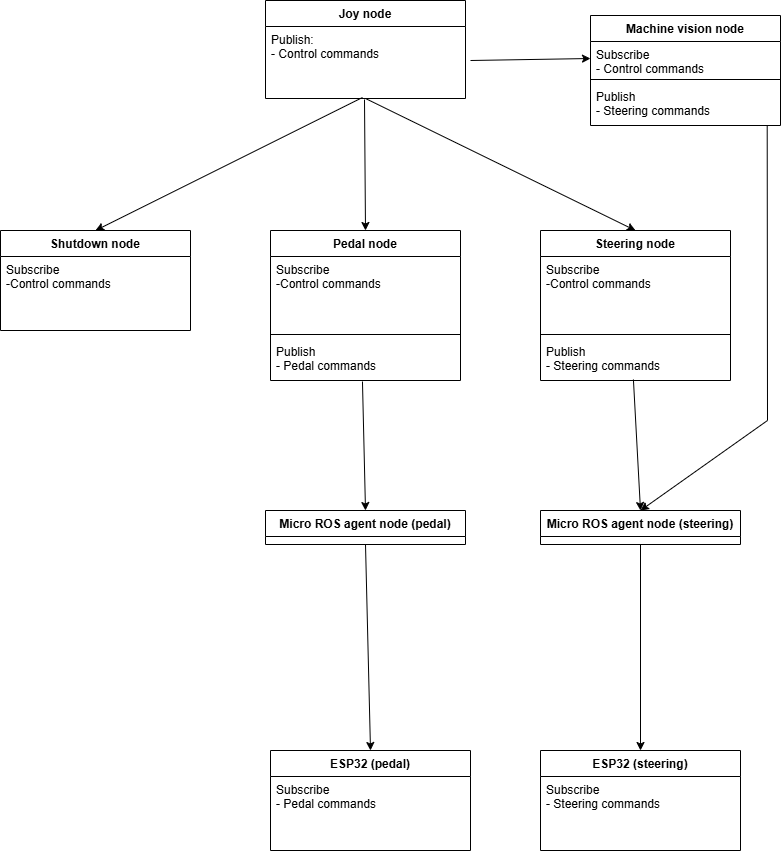
Before: docs/source/images/node_diagram.png, a diagram exported from draw.io (pirhonje/DBWRTD). Source tidied: cells renumbered, new cells last; positions are measured from the earlier drawing's top-left corner, leaving out a move shared by most shapes. Its diagram source:
```xml
<mxGraphModel>
  <root>
    <mxCell id="0" />
    <mxCell id="1" parent="0" />
    <mxCell id="2" value="Joy node" style="swimlane;fontStyle=1;align=center;verticalAlign=top;horizontal=1;startSize=26;whiteSpace=wrap;html=1;" parent="1" vertex="1">
      <mxGeometry x="265" width="200" height="98" as="geometry" />
    </mxCell>
    <mxCell id="3" value="Publish:&lt;div&gt;- Control commands&lt;/div&gt;" style="text;strokeColor=none;fillColor=none;align=left;verticalAlign=top;spacingLeft=4;spacingRight=4;overflow=hidden;points=[[0,0.5],[1,0.5]];portConstraint=eastwest;whiteSpace=wrap;html=1;" parent="2" vertex="1">
      <mxGeometry y="26" width="200" height="72" as="geometry" />
    </mxCell>
    <mxCell id="4" value="Pedal node" style="swimlane;fontStyle=1;align=center;verticalAlign=top;horizontal=1;startSize=26;whiteSpace=wrap;html=1;" parent="1" vertex="1">
      <mxGeometry x="270" y="230" width="190" height="150" as="geometry" />
    </mxCell>
    <mxCell id="5" value="Subscribe&lt;div&gt;-Control commands&lt;/div&gt;" style="text;strokeColor=none;fillColor=none;align=left;verticalAlign=top;spacingLeft=4;spacingRight=4;overflow=hidden;whiteSpace=wrap;html=1;" parent="4" vertex="1">
      <mxGeometry y="26" width="190" height="74" as="geometry" />
    </mxCell>
    <mxCell id="6" style="line;strokeWidth=1;fillColor=none;align=left;verticalAlign=middle;spacingTop=-1;spacingLeft=3;spacingRight=3;labelPosition=right;strokeColor=inherit;" parent="4" vertex="1">
      <mxGeometry y="100" width="190" height="8" as="geometry" />
    </mxCell>
    <mxCell id="7" value="&lt;div&gt;&lt;div&gt;Publish&lt;/div&gt;&lt;div&gt;- Pedal commands&lt;/div&gt;&lt;/div&gt;" style="text;strokeColor=none;fillColor=none;align=left;verticalAlign=top;spacingLeft=4;spacingRight=4;overflow=hidden;points=[[0,0.5],[1,0.5]];portConstraint=eastwest;whiteSpace=wrap;html=1;" parent="4" vertex="1">
      <mxGeometry y="108" width="190" height="42" as="geometry" />
    </mxCell>
    <mxCell id="8" value="Steering node" style="swimlane;fontStyle=1;align=center;verticalAlign=top;horizontal=1;startSize=26;whiteSpace=wrap;html=1;" parent="1" vertex="1">
      <mxGeometry x="540" y="230" width="190" height="150" as="geometry" />
    </mxCell>
    <mxCell id="9" value="Subscribe&lt;div&gt;-Control commands&lt;/div&gt;" style="text;strokeColor=none;fillColor=none;align=left;verticalAlign=top;spacingLeft=4;spacingRight=4;overflow=hidden;whiteSpace=wrap;html=1;" parent="8" vertex="1">
      <mxGeometry y="26" width="190" height="74" as="geometry" />
    </mxCell>
    <mxCell id="10" style="line;strokeWidth=1;fillColor=none;align=left;verticalAlign=middle;spacingTop=-1;spacingLeft=3;spacingRight=3;labelPosition=right;strokeColor=inherit;" parent="8" vertex="1">
      <mxGeometry y="100" width="190" height="8" as="geometry" />
    </mxCell>
    <mxCell id="11" value="&lt;div&gt;&lt;div&gt;Publish&lt;/div&gt;&lt;div&gt;- Steering commands&lt;/div&gt;&lt;/div&gt;" style="text;strokeColor=none;fillColor=none;align=left;verticalAlign=top;spacingLeft=4;spacingRight=4;overflow=hidden;points=[[0,0.5],[1,0.5]];portConstraint=eastwest;whiteSpace=wrap;html=1;" parent="8" vertex="1">
      <mxGeometry y="108" width="190" height="42" as="geometry" />
    </mxCell>
    <mxCell id="12" value="Micro ROS agent node (steering)" style="swimlane;fontStyle=1;align=center;verticalAlign=top;horizontal=1;startSize=26;whiteSpace=wrap;html=1;" parent="1" vertex="1">
      <mxGeometry x="540" y="510" width="200" height="34" as="geometry" />
    </mxCell>
    <mxCell id="13" value="Machine vision node" style="swimlane;fontStyle=1;align=center;verticalAlign=top;horizontal=1;startSize=26;whiteSpace=wrap;html=1;" parent="1" vertex="1">
      <mxGeometry x="590" y="15" width="190" height="110" as="geometry" />
    </mxCell>
    <mxCell id="14" value="&lt;div&gt;Subscribe&lt;/div&gt;&lt;div&gt;- Control commands&lt;/div&gt;" style="text;strokeColor=none;fillColor=none;align=left;verticalAlign=top;spacingLeft=4;spacingRight=4;overflow=hidden;points=[[0,0.5],[1,0.5]];portConstraint=eastwest;whiteSpace=wrap;html=1;" parent="13" vertex="1">
      <mxGeometry y="26" width="190" height="34" as="geometry" />
    </mxCell>
    <mxCell id="15" style="line;strokeWidth=1;fillColor=none;align=left;verticalAlign=middle;spacingTop=-1;spacingLeft=3;spacingRight=3;labelPosition=right;strokeColor=inherit;" parent="13" vertex="1">
      <mxGeometry y="60" width="190" height="8" as="geometry" />
    </mxCell>
    <mxCell id="16" value="&lt;div&gt;Publish&lt;/div&gt;&lt;div&gt;- Steering commands&lt;/div&gt;" style="text;strokeColor=none;fillColor=none;align=left;verticalAlign=top;spacingLeft=4;spacingRight=4;overflow=hidden;points=[[0,0.5],[1,0.5]];portConstraint=eastwest;whiteSpace=wrap;html=1;" parent="13" vertex="1">
      <mxGeometry y="68" width="190" height="42" as="geometry" />
    </mxCell>
    <mxCell id="17" style="endArrow=classic;html=1;rounded=0;entryX=0.5;entryY=0;entryDx=0;entryDy=0;exitX=0.495;exitY=1.014;exitDx=0;exitDy=0;exitPerimeter=0;" parent="1" edge="1" source="3" target="4">
      <mxGeometry relative="1" as="geometry" />
    </mxCell>
    <mxCell id="18" style="endArrow=classic;html=1;rounded=0;exitX=0.5;exitY=1;exitDx=0;exitDy=0;exitPerimeter=0;entryX=0.5;entryY=0;entryDx=0;entryDy=0;" parent="1" edge="1" source="3" target="8">
      <mxGeometry relative="1" as="geometry" />
    </mxCell>
    <mxCell id="19" value="ESP32 (steering)" style="swimlane;fontStyle=1;align=center;verticalAlign=top;horizontal=1;startSize=26;whiteSpace=wrap;html=1;" parent="1" vertex="1">
      <mxGeometry x="540" y="750" width="200" height="100" as="geometry" />
    </mxCell>
    <mxCell id="20" value="Subscribe&lt;div&gt;- Steering commands&lt;/div&gt;" style="text;strokeColor=none;fillColor=none;align=left;verticalAlign=top;spacingLeft=4;spacingRight=4;overflow=hidden;whiteSpace=wrap;html=1;" parent="19" vertex="1">
      <mxGeometry y="26" width="200" height="74" as="geometry" />
    </mxCell>
    <mxCell id="21" style="endArrow=classic;html=1;rounded=0;entryX=0;entryY=0.5;entryDx=0;entryDy=0;" parent="1" edge="1" target="14">
      <mxGeometry relative="1" as="geometry">
        <mxPoint x="470" y="60" as="sourcePoint" />
      </mxGeometry>
    </mxCell>
    <mxCell id="22" value="Shutdown node" style="swimlane;fontStyle=1;align=center;verticalAlign=top;horizontal=1;startSize=26;whiteSpace=wrap;html=1;" parent="1" vertex="1">
      <mxGeometry y="230" width="190" height="100" as="geometry" />
    </mxCell>
    <mxCell id="23" value="Subscribe&lt;div&gt;-Control commands&lt;br&gt;&lt;/div&gt;" style="text;strokeColor=none;fillColor=none;align=left;verticalAlign=top;spacingLeft=4;spacingRight=4;overflow=hidden;whiteSpace=wrap;html=1;" parent="22" vertex="1">
      <mxGeometry y="26" width="190" height="74" as="geometry" />
    </mxCell>
    <mxCell id="24" style="endArrow=classic;html=1;rounded=0;exitX=0.485;exitY=0.986;exitDx=0;exitDy=0;exitPerimeter=0;entryX=0.5;entryY=0;entryDx=0;entryDy=0;" parent="1" edge="1" source="3" target="22">
      <mxGeometry relative="1" as="geometry" />
    </mxCell>
    <mxCell id="25" style="endArrow=classic;html=1;rounded=0;exitX=0.93;exitY=0.992;exitDx=0;exitDy=0;exitPerimeter=0;entryX=0.5;entryY=0;entryDx=0;entryDy=0;" parent="1" edge="1" source="16" target="12">
      <mxGeometry relative="1" as="geometry">
        <Array as="points">
          <mxPoint x="767" y="420" />
        </Array>
      </mxGeometry>
    </mxCell>
    <mxCell id="26" value="Micro ROS agent node (pedal)" style="swimlane;fontStyle=1;align=center;verticalAlign=top;horizontal=1;startSize=26;whiteSpace=wrap;html=1;" parent="1" vertex="1">
      <mxGeometry x="265" y="510" width="200" height="34" as="geometry" />
    </mxCell>
    <mxCell id="27" value="ESP32 (pedal)" style="swimlane;fontStyle=1;align=center;verticalAlign=top;horizontal=1;startSize=26;whiteSpace=wrap;html=1;" parent="1" vertex="1">
      <mxGeometry x="270" y="750" width="200" height="100" as="geometry" />
    </mxCell>
    <mxCell id="28" value="Subscribe&lt;div&gt;- Pedal commands&amp;nbsp;&lt;/div&gt;" style="text;strokeColor=none;fillColor=none;align=left;verticalAlign=top;spacingLeft=4;spacingRight=4;overflow=hidden;whiteSpace=wrap;html=1;" parent="27" vertex="1">
      <mxGeometry y="26" width="200" height="74" as="geometry" />
    </mxCell>
    <mxCell id="29" style="endArrow=classic;html=1;rounded=0;exitX=0.489;exitY=0.976;exitDx=0;exitDy=0;exitPerimeter=0;entryX=0.5;entryY=0;entryDx=0;entryDy=0;" parent="1" edge="1" source="11" target="12">
      <mxGeometry relative="1" as="geometry" />
    </mxCell>
    <mxCell id="30" style="endArrow=classic;html=1;rounded=0;entryX=0.5;entryY=0;entryDx=0;entryDy=0;" parent="1" edge="1" source="12" target="19">
      <mxGeometry relative="1" as="geometry" />
    </mxCell>
    <mxCell id="31" style="endArrow=classic;html=1;rounded=0;exitX=0.484;exitY=1.024;exitDx=0;exitDy=0;exitPerimeter=0;entryX=0.5;entryY=0;entryDx=0;entryDy=0;" parent="1" edge="1" source="7" target="26">
      <mxGeometry relative="1" as="geometry" />
    </mxCell>
    <mxCell id="32" style="endArrow=classic;html=1;rounded=0;exitX=0.5;exitY=1;exitDx=0;exitDy=0;entryX=0.5;entryY=0;entryDx=0;entryDy=0;" parent="1" edge="1" source="26" target="27">
      <mxGeometry relative="1" as="geometry" />
    </mxCell>
  </root>
</mxGraphModel>
```
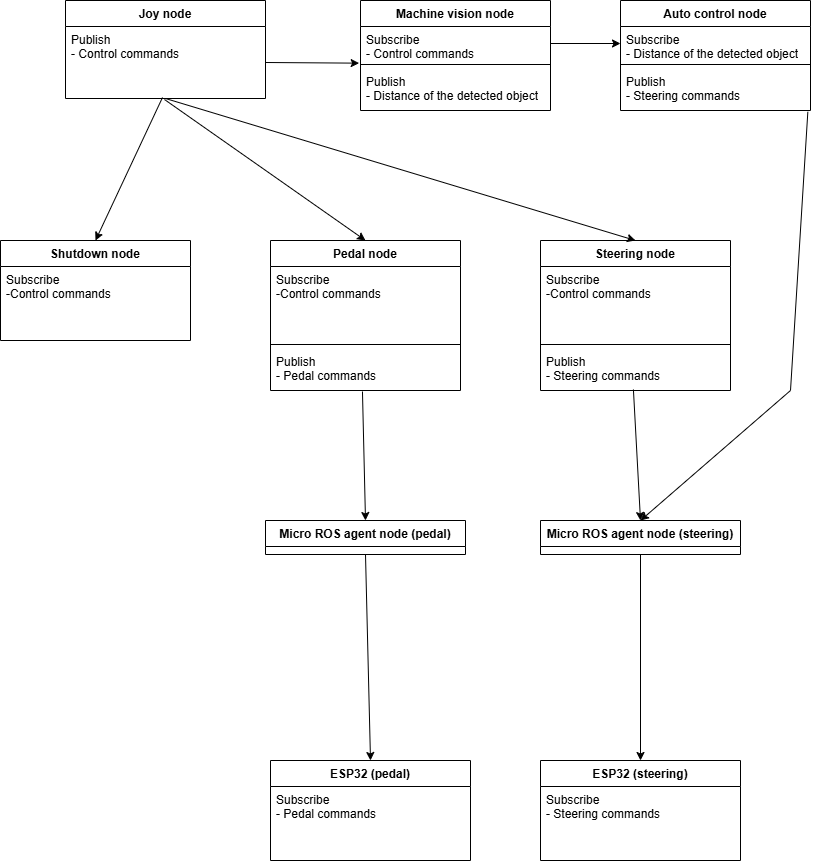
After the change.

The edit, as a diff of the source:
```diff
@@ -3,9 +3,9 @@
     <mxCell id="0" />
     <mxCell id="1" parent="0" />
     <mxCell id="2" value="Joy node" style="swimlane;fontStyle=1;align=center;verticalAlign=top;horizontal=1;startSize=26;whiteSpace=wrap;html=1;" parent="1" vertex="1">
-      <mxGeometry x="265" width="200" height="98" as="geometry" />
+      <mxGeometry x="65" y="-10" width="200" height="98" as="geometry" />
     </mxCell>
-    <mxCell id="3" value="Publish:&lt;div&gt;- Control commands&lt;/div&gt;" style="text;strokeColor=none;fillColor=none;align=left;verticalAlign=top;spacingLeft=4;spacingRight=4;overflow=hidden;points=[[0,0.5],[1,0.5]];portConstraint=eastwest;whiteSpace=wrap;html=1;" parent="2" vertex="1">
+    <mxCell id="3" value="Publish&lt;div&gt;- Control commands&lt;/div&gt;" style="text;strokeColor=none;fillColor=none;align=left;verticalAlign=top;spacingLeft=4;spacingRight=4;overflow=hidden;points=[[0,0.5],[1,0.5]];portConstraint=eastwest;whiteSpace=wrap;html=1;" parent="2" vertex="1">
       <mxGeometry y="26" width="200" height="72" as="geometry" />
     </mxCell>
     <mxCell id="4" value="Pedal node" style="swimlane;fontStyle=1;align=center;verticalAlign=top;horizontal=1;startSize=26;whiteSpace=wrap;html=1;" parent="1" vertex="1">
@@ -36,7 +36,7 @@
       <mxGeometry x="540" y="510" width="200" height="34" as="geometry" />
     </mxCell>
     <mxCell id="13" value="Machine vision node" style="swimlane;fontStyle=1;align=center;verticalAlign=top;horizontal=1;startSize=26;whiteSpace=wrap;html=1;" parent="1" vertex="1">
-      <mxGeometry x="590" y="15" width="190" height="110" as="geometry" />
+      <mxGeometry x="360" y="-10" width="190" height="110" as="geometry" />
     </mxCell>
     <mxCell id="14" value="&lt;div&gt;Subscribe&lt;/div&gt;&lt;div&gt;- Control commands&lt;/div&gt;" style="text;strokeColor=none;fillColor=none;align=left;verticalAlign=top;spacingLeft=4;spacingRight=4;overflow=hidden;points=[[0,0.5],[1,0.5]];portConstraint=eastwest;whiteSpace=wrap;html=1;" parent="13" vertex="1">
       <mxGeometry y="26" width="190" height="34" as="geometry" />
@@ -44,7 +44,7 @@
     <mxCell id="15" style="line;strokeWidth=1;fillColor=none;align=left;verticalAlign=middle;spacingTop=-1;spacingLeft=3;spacingRight=3;labelPosition=right;strokeColor=inherit;" parent="13" vertex="1">
       <mxGeometry y="60" width="190" height="8" as="geometry" />
     </mxCell>
-    <mxCell id="16" value="&lt;div&gt;Publish&lt;/div&gt;&lt;div&gt;- Steering commands&lt;/div&gt;" style="text;strokeColor=none;fillColor=none;align=left;verticalAlign=top;spacingLeft=4;spacingRight=4;overflow=hidden;points=[[0,0.5],[1,0.5]];portConstraint=eastwest;whiteSpace=wrap;html=1;" parent="13" vertex="1">
+    <mxCell id="16" value="&lt;div&gt;Publish&lt;/div&gt;&lt;div&gt;- Distance of the detected object&lt;/div&gt;" style="text;strokeColor=none;fillColor=none;align=left;verticalAlign=top;spacingLeft=4;spacingRight=4;overflow=hidden;points=[[0,0.5],[1,0.5]];portConstraint=eastwest;whiteSpace=wrap;html=1;" parent="13" vertex="1">
       <mxGeometry y="68" width="190" height="42" as="geometry" />
     </mxCell>
     <mxCell id="17" style="endArrow=classic;html=1;rounded=0;entryX=0.5;entryY=0;entryDx=0;entryDy=0;exitX=0.495;exitY=1.014;exitDx=0;exitDy=0;exitPerimeter=0;" parent="1" edge="1" source="3" target="4">
@@ -59,11 +59,6 @@
     <mxCell id="20" value="Subscribe&lt;div&gt;- Steering commands&lt;/div&gt;" style="text;strokeColor=none;fillColor=none;align=left;verticalAlign=top;spacingLeft=4;spacingRight=4;overflow=hidden;whiteSpace=wrap;html=1;" parent="19" vertex="1">
       <mxGeometry y="26" width="200" height="74" as="geometry" />
     </mxCell>
-    <mxCell id="21" style="endArrow=classic;html=1;rounded=0;entryX=0;entryY=0.5;entryDx=0;entryDy=0;" parent="1" edge="1" target="14">
-      <mxGeometry relative="1" as="geometry">
-        <mxPoint x="470" y="60" as="sourcePoint" />
-      </mxGeometry>
-    </mxCell>
     <mxCell id="22" value="Shutdown node" style="swimlane;fontStyle=1;align=center;verticalAlign=top;horizontal=1;startSize=26;whiteSpace=wrap;html=1;" parent="1" vertex="1">
       <mxGeometry y="230" width="190" height="100" as="geometry" />
     </mxCell>
@@ -73,13 +68,6 @@
     <mxCell id="24" style="endArrow=classic;html=1;rounded=0;exitX=0.485;exitY=0.986;exitDx=0;exitDy=0;exitPerimeter=0;entryX=0.5;entryY=0;entryDx=0;entryDy=0;" parent="1" edge="1" source="3" target="22">
       <mxGeometry relative="1" as="geometry" />
     </mxCell>
-    <mxCell id="25" style="endArrow=classic;html=1;rounded=0;exitX=0.93;exitY=0.992;exitDx=0;exitDy=0;exitPerimeter=0;entryX=0.5;entryY=0;entryDx=0;entryDy=0;" parent="1" edge="1" source="16" target="12">
-      <mxGeometry relative="1" as="geometry">
-        <Array as="points">
-          <mxPoint x="767" y="420" />
-        </Array>
-      </mxGeometry>
-    </mxCell>
     <mxCell id="26" value="Micro ROS agent node (pedal)" style="swimlane;fontStyle=1;align=center;verticalAlign=top;horizontal=1;startSize=26;whiteSpace=wrap;html=1;" parent="1" vertex="1">
       <mxGeometry x="265" y="510" width="200" height="34" as="geometry" />
     </mxCell>
@@ -101,5 +89,30 @@
     <mxCell id="32" style="endArrow=classic;html=1;rounded=0;exitX=0.5;exitY=1;exitDx=0;exitDy=0;entryX=0.5;entryY=0;entryDx=0;entryDy=0;" parent="1" edge="1" source="26" target="27">
       <mxGeometry relative="1" as="geometry" />
     </mxCell>
+    <mxCell id="33" style="endArrow=classic;html=1;rounded=0;exitX=1;exitY=0.5;exitDx=0;exitDy=0;entryX=-0.007;entryY=1.078;entryDx=0;entryDy=0;entryPerimeter=0;" parent="1" edge="1" source="3" target="14">
+      <mxGeometry relative="1" as="geometry" />
+    </mxCell>
+    <mxCell id="34" value="Auto control node" style="swimlane;fontStyle=1;align=center;verticalAlign=top;horizontal=1;startSize=26;whiteSpace=wrap;html=1;" parent="1" vertex="1">
+      <mxGeometry x="620" y="-10" width="190" height="110" as="geometry" />
+    </mxCell>
+    <mxCell id="35" value="&lt;div&gt;Subscribe&lt;/div&gt;&lt;div&gt;- Distance of the detected object&lt;/div&gt;" style="text;strokeColor=none;fillColor=none;align=left;verticalAlign=top;spacingLeft=4;spacingRight=4;overflow=hidden;points=[[0,0.5],[1,0.5]];portConstraint=eastwest;whiteSpace=wrap;html=1;" parent="34" vertex="1">
+      <mxGeometry y="26" width="190" height="34" as="geometry" />
+    </mxCell>
+    <mxCell id="36" style="line;strokeWidth=1;fillColor=none;align=left;verticalAlign=middle;spacingTop=-1;spacingLeft=3;spacingRight=3;labelPosition=right;strokeColor=inherit;" parent="34" vertex="1">
+      <mxGeometry y="60" width="190" height="8" as="geometry" />
+    </mxCell>
+    <mxCell id="37" value="&lt;div&gt;Publish&lt;/div&gt;&lt;div&gt;- Steering commands&lt;/div&gt;" style="text;strokeColor=none;fillColor=none;align=left;verticalAlign=top;spacingLeft=4;spacingRight=4;overflow=hidden;points=[[0,0.5],[1,0.5]];portConstraint=eastwest;whiteSpace=wrap;html=1;" parent="34" vertex="1">
+      <mxGeometry y="68" width="190" height="42" as="geometry" />
+    </mxCell>
+    <mxCell id="38" style="endArrow=classic;html=1;rounded=0;exitX=1;exitY=0.5;exitDx=0;exitDy=0;entryX=0;entryY=0.5;entryDx=0;entryDy=0;" parent="1" edge="1" source="14" target="35">
+      <mxGeometry relative="1" as="geometry" />
+    </mxCell>
+    <mxCell id="39" style="endArrow=classic;html=1;rounded=0;exitX=0.986;exitY=1.032;exitDx=0;exitDy=0;exitPerimeter=0;entryX=0.5;entryY=0;entryDx=0;entryDy=0;" parent="1" edge="1" source="37" target="12">
+      <mxGeometry relative="1" as="geometry">
+        <Array as="points">
+          <mxPoint x="790" y="380" />
+        </Array>
+      </mxGeometry>
+    </mxCell>
   </root>
 </mxGraphModel>
```
